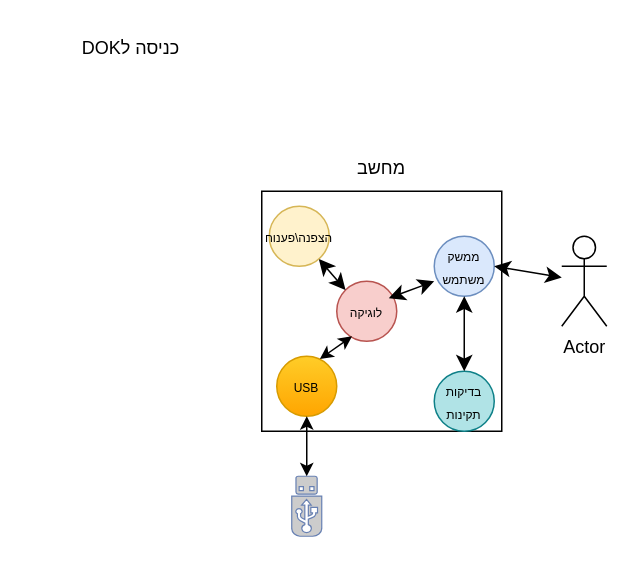
Eyalen22/Project keeps this draw.io diagram as draws/draw actions/כניסה לDOK(לקוח).drawio. Above is the earlier version. Source tidied: cells renumbered, new cells numbered last; positions are measured from the earlier drawing's top-left corner, leaving out a move shared by most shapes. Both pictures are drawn from the tidied source at 150%, with x=0, y=0 at pixel (26, 26).
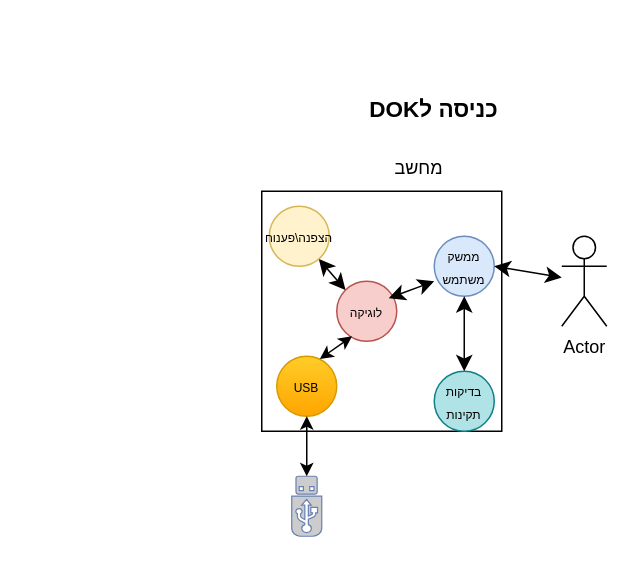
The same page after the edit.

Change to the diagram source:
```diff
@@
 <mxGraphModel>
   <root>
     <mxCell id="0" />
     <mxCell id="1" parent="0" />
-    <mxCell id="2" value="DOKכניסה ל" style="text;html=1;whiteSpace=wrap;strokeColor=none;fillColor=none;align=center;verticalAlign=middle;rounded=0;" parent="1" vertex="1">
-      <mxGeometry width="140" height="30" as="geometry" />
+    <mxCell id="2" value="&lt;font style=&quot;font-size: 15px;&quot;&gt;&lt;b&gt;DOKכניסה ל&lt;/b&gt;&lt;/font&gt;" style="text;html=1;whiteSpace=wrap;strokeColor=none;fillColor=none;align=center;verticalAlign=middle;rounded=0;" parent="1" vertex="1">
+      <mxGeometry x="202" y="40" width="140" height="30" as="geometry" />
     </mxCell>
     <mxCell id="3" style="whiteSpace=wrap;html=1;" parent="1" vertex="1">
       <mxGeometry x="157" y="110" width="160" height="160" as="geometry" />
     </mxCell>
     <mxCell id="4" value="&lt;font style=&quot;font-size: 8px;&quot;&gt;ממשק משתמש&lt;/font&gt;" style="ellipse;whiteSpace=wrap;html=1;fillColor=#dae8fc;strokeColor=#6c8ebf;" parent="1" vertex="1">
       <mxGeometry x="272" y="140" width="40" height="40" as="geometry" />
     </mxCell>
     <mxCell id="5" value="&lt;font style=&quot;font-size: 8px;&quot;&gt;בדיקות תקינות&lt;/font&gt;" style="ellipse;whiteSpace=wrap;html=1;fillColor=#b0e3e6;strokeColor=#0e8088;" parent="1" vertex="1">
       <mxGeometry x="272" y="230" width="40" height="40" as="geometry" />
     </mxCell>
     <mxCell id="6" style="endArrow=classic;startArrow=classic;html=1;rounded=0;fontSize=12;startSize=8;endSize=8;curved=1;entryX=0.5;entryY=1;entryDx=0;entryDy=0;exitX=0.5;exitY=0;exitDx=0;exitDy=0;" parent="1" edge="1" source="5" target="4">
       <mxGeometry relative="1" as="geometry" />
     </mxCell>
     <mxCell id="7" value="&lt;font style=&quot;font-size: 8px;&quot;&gt;לוגיקה&lt;/font&gt;" style="ellipse;whiteSpace=wrap;html=1;fillColor=#f8cecc;strokeColor=#b85450;" parent="1" vertex="1">
       <mxGeometry x="207" y="170" width="40" height="40" as="geometry" />
     </mxCell>
     <mxCell id="8" style="endArrow=classic;startArrow=classic;html=1;rounded=0;fontSize=12;startSize=8;endSize=8;curved=1;entryX=0;entryY=0.75;entryDx=0;entryDy=0;exitX=0.868;exitY=0.282;exitDx=0;exitDy=0;exitPerimeter=0;entryPerimeter=0;" parent="1" edge="1" source="7" target="4">
       <mxGeometry relative="1" as="geometry" />
     </mxCell>
     <mxCell id="9" style="endArrow=classic;startArrow=classic;html=1;rounded=0;fontSize=12;startSize=8;endSize=8;curved=1;exitX=0;exitY=0;exitDx=0;exitDy=0;" parent="1" edge="1" source="7" target="16">
       <mxGeometry relative="1" as="geometry" />
     </mxCell>
     <mxCell id="10" value="מחשב" style="text;html=1;whiteSpace=wrap;strokeColor=none;fillColor=none;align=center;verticalAlign=middle;rounded=0;" parent="1" vertex="1">
-      <mxGeometry x="162" y="80" width="150" height="30" as="geometry" />
+      <mxGeometry x="187" y="80" width="150" height="30" as="geometry" />
     </mxCell>
     <mxCell id="11" style="fontColor=#0066CC;verticalAlign=top;verticalLabelPosition=bottom;labelPosition=center;align=center;html=1;outlineConnect=0;fillColor=#CCCCCC;strokeColor=#6881B3;gradientColor=none;gradientDirection=north;strokeWidth=2;shape=mxgraph.networks.usb_stick;" parent="1" vertex="1">
       <mxGeometry x="177" y="300" width="20" height="40" as="geometry" />
     </mxCell>
     <mxCell id="12" value="Actor" style="shape=umlActor;verticalLabelPosition=bottom;verticalAlign=top;html=1;outlineConnect=0;" parent="1" vertex="1">
       <mxGeometry x="357" y="140" width="30" height="60" as="geometry" />
     </mxCell>
     <mxCell id="13" value="&lt;font style=&quot;font-size: 8px;&quot;&gt;USB&lt;/font&gt;" style="ellipse;whiteSpace=wrap;html=1;fillColor=#ffcd28;strokeColor=#d79b00;gradientColor=#ffa500;" parent="1" vertex="1">
       <mxGeometry x="167" y="220" width="40" height="40" as="geometry" />
     </mxCell>
     <mxCell id="14" style="endArrow=classic;startArrow=classic;html=1;rounded=0;entryX=0.5;entryY=1;entryDx=0;entryDy=0;exitX=0.5;exitY=0;exitDx=0;exitDy=0;exitPerimeter=0;" parent="1" edge="1" source="11" target="13">
       <mxGeometry relative="1" as="geometry" />
     </mxCell>
     <mxCell id="15" style="endArrow=classic;startArrow=classic;html=1;rounded=0;entryX=0.254;entryY=0.918;entryDx=0;entryDy=0;entryPerimeter=0;exitX=0.718;exitY=0.046;exitDx=0;exitDy=0;exitPerimeter=0;" parent="1" edge="1" source="13" target="7">
       <mxGeometry relative="1" as="geometry" />
     </mxCell>
     <mxCell id="16" value="&lt;font style=&quot;font-size: 8px;&quot;&gt;הצפנה\פענוח&lt;/font&gt;" style="ellipse;whiteSpace=wrap;html=1;fillColor=#fff2cc;strokeColor=#d6b656;" parent="1" vertex="1">
       <mxGeometry x="162" y="120" width="40" height="40" as="geometry" />
     </mxCell>
     <mxCell id="17" style="endArrow=classic;startArrow=classic;html=1;rounded=0;fontSize=12;startSize=8;endSize=8;curved=1;entryX=1;entryY=0.5;entryDx=0;entryDy=0;" parent="1" edge="1" source="12" target="4">
       <mxGeometry relative="1" as="geometry" />
     </mxCell>
   </root>
 </mxGraphModel>
```
